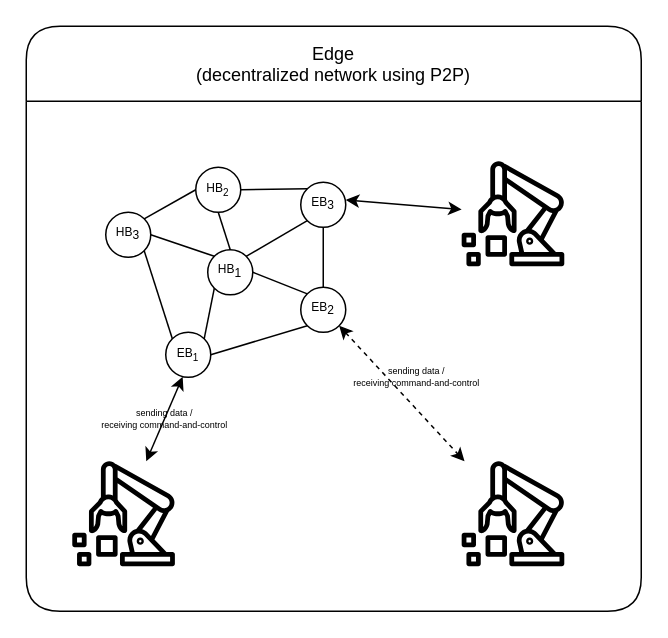
This is page "E2: Edge" (7 of 8) of Untitled Diagram.drawio from JJJS777/Praxisprojekt2022, a draw.io file, before an edit. Source tidied: cells renumbered, new cells numbered last; positions are measured from the earlier drawing's top-left corner, leaving out a move shared by most shapes. Both pictures are drawn from the tidied source at 150%, with x=0, y=0 at pixel (26, 26).
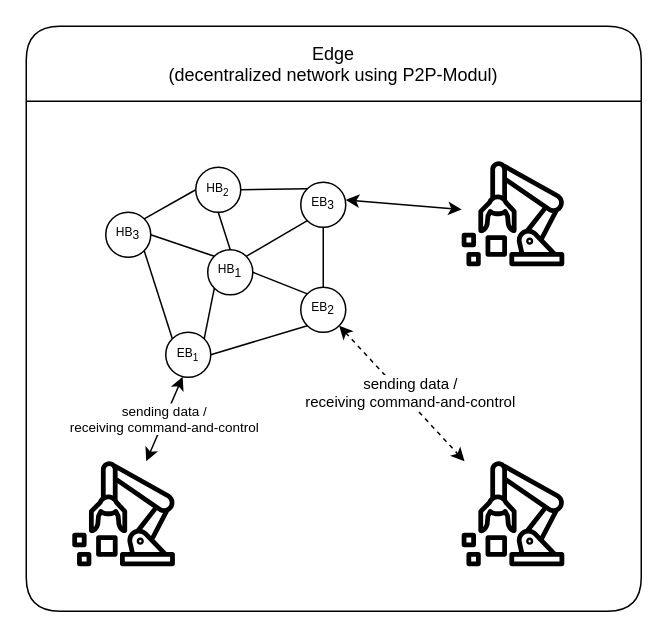
Above is the later version.

The change refers to these unchanged cells:
```xml
<mxCell id="4" style="edgeStyle=none;rounded=0;jettySize=auto;html=1;exitX=1;exitY=1;exitDx=0;exitDy=0;fontSize=8;endArrow=classic;endFill=1;dashed=1;startArrow=classic;startFill=1;" parent="2" edge="1" source="14" target="8">
  <mxGeometry relative="1" as="geometry" />
</mxCell>
<mxCell id="7" style="sketch=0;outlineConnect=0;fontColor=#232F3E;gradientColor=none;fillColor=#000000;strokeColor=default;dashed=0;verticalLabelPosition=bottom;verticalAlign=top;align=center;html=1;fontSize=12;fontStyle=0;shape=mxgraph.aws4.iot_sitewise_asset;strokeWidth=0;" parent="2" vertex="1">
  <mxGeometry x="30.4" y="290" width="69.1" height="70" as="geometry" />
</mxCell>
<mxCell id="16" value="EB&lt;sub&gt;1&lt;/sub&gt;" style="ellipse;whiteSpace=wrap;html=1;fontSize=8;fillColor=none;strokeColor=#000000;" parent="10" vertex="1">
  <mxGeometry x="40" y="110" width="30" height="30" as="geometry" />
</mxCell>
```

Diff of the diagram source:
```diff
@@
-    <mxCell id="2" value="Edge &#10;(decentralized network using P2P)" style="swimlane;fillColor=none;strokeColor=#000000;rounded=1;fontStyle=0;startSize=50;" parent="1" vertex="1">
+    <mxCell id="2" value="Edge &#10;(decentralized network using P2P-Modul)" style="swimlane;fillColor=none;strokeColor=#000000;rounded=1;fontStyle=0;startSize=50;" parent="1" vertex="1">
       <mxGeometry width="410" height="390" as="geometry" />
     </mxCell>
@@
-    <mxCell id="5" value="&lt;div style=&quot;font-size: 6px;&quot;&gt;sending data / &lt;br style=&quot;font-size: 6px;&quot;&gt;&lt;/div&gt;&lt;div style=&quot;font-size: 6px;&quot;&gt;receiving command-and-control &lt;/div&gt;" style="edgeLabel;html=1;align=center;verticalAlign=middle;fontSize=6;labelBackgroundColor=none;" parent="4" vertex="1">
+    <mxCell id="5" value="&lt;div style=&quot;font-size: 10px;&quot;&gt;sending data / &lt;br style=&quot;font-size: 10px;&quot;&gt;&lt;/div&gt;&lt;div style=&quot;font-size: 10px;&quot;&gt;receiving command-and-control &lt;/div&gt;" style="edgeLabel;html=1;align=center;verticalAlign=middle;fontSize=10;labelBackgroundColor=default;" parent="4" vertex="1">
       <mxGeometry x="-0.14" y="1" relative="1" as="geometry">
-        <mxPoint x="14" y="-4" as="offset" />
+        <mxPoint x="10" y="6" as="offset" />
       </mxGeometry>
     </mxCell>
-    <mxCell id="6" value="&lt;div style=&quot;font-size: 6px;&quot;&gt;&lt;font style=&quot;font-size: 6px;&quot;&gt;sending data / &lt;br&gt;&lt;/font&gt;&lt;/div&gt;&lt;div style=&quot;font-size: 6px;&quot;&gt;&lt;font style=&quot;font-size: 6px;&quot;&gt;receiving command-and-control &lt;/font&gt;&lt;/div&gt;" style="edgeStyle=none;rounded=0;jettySize=auto;html=1;exitX=0.376;exitY=0.987;exitDx=0;exitDy=0;fontSize=8;endArrow=classic;endFill=1;exitPerimeter=0;startArrow=classic;startFill=1;labelBackgroundColor=none;" parent="2" edge="1" source="16" target="7">
+    <mxCell id="6" value="&lt;div style=&quot;font-size: 9px;&quot;&gt;&lt;font style=&quot;font-size: 9px;&quot;&gt;sending data / &lt;br style=&quot;font-size: 9px;&quot;&gt;&lt;/font&gt;&lt;/div&gt;&lt;div style=&quot;font-size: 9px;&quot;&gt;&lt;font style=&quot;font-size: 9px;&quot;&gt;receiving command-and-control &lt;/font&gt;&lt;/div&gt;" style="edgeStyle=none;rounded=0;jettySize=auto;html=1;exitX=0.376;exitY=0.987;exitDx=0;exitDy=0;fontSize=9;endArrow=classic;endFill=1;exitPerimeter=0;startArrow=classic;startFill=1;labelBackgroundColor=default;" parent="2" edge="1" source="16" target="7">
       <mxGeometry relative="1" as="geometry" />
     </mxCell>
```
